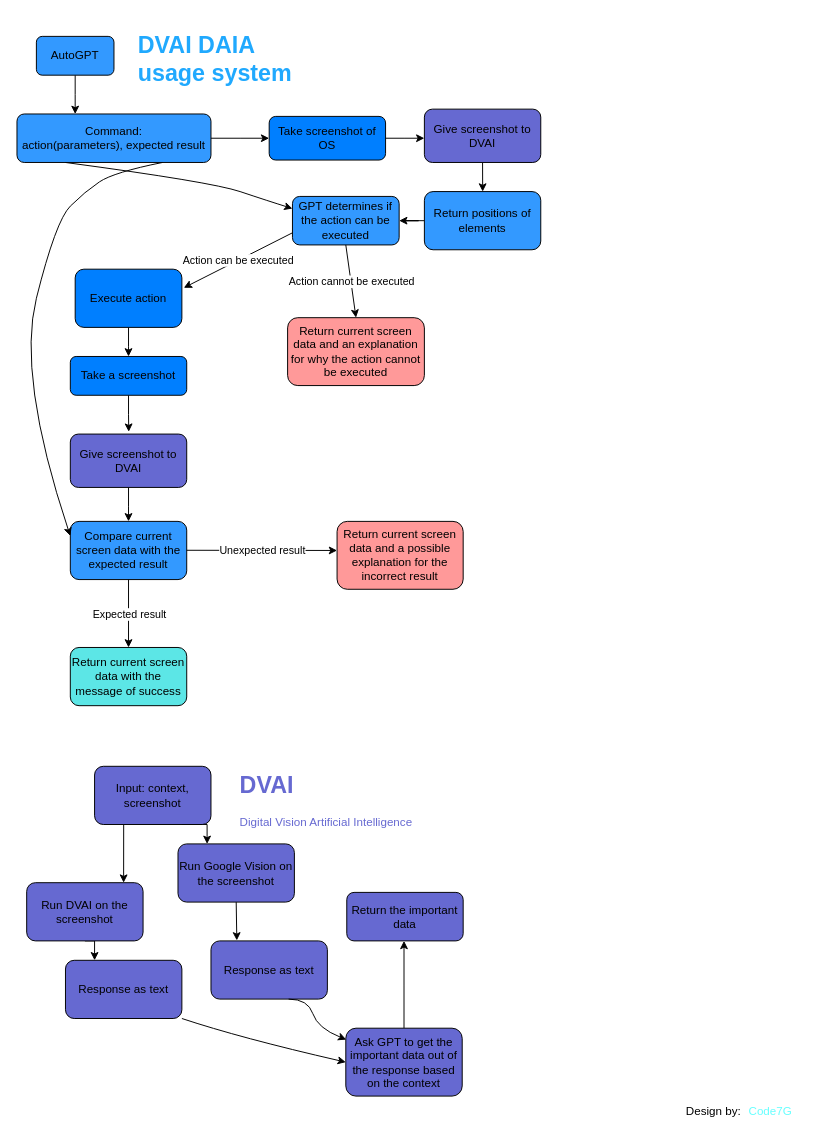
Earlier version of the draw.io diagram Design/DVAI_plugin.drawio (Envedity/DAIA). Source tidied: cells renumbered, new cells numbered last; positions are measured from the earlier drawing's top-left corner, leaving out a move shared by most shapes. Both pictures are drawn from the tidied source at 97%, with x=0, y=0 at pixel (16, 26).
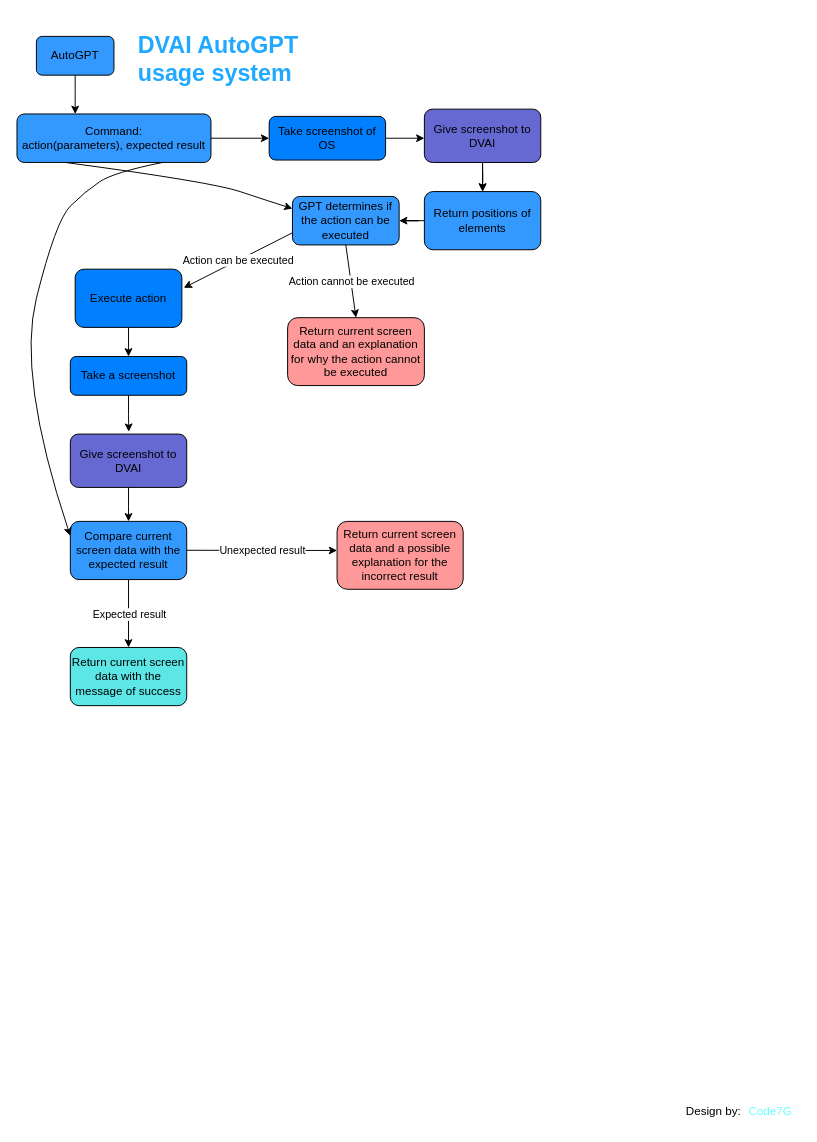
After the change.

Commit message (it also covers changes not shown here):
Added All New Updated Designs for DAIA, DAIA with new Vision API, DVAI plugin, DAIA_dev_plan

The change refers to these unchanged cells:
```xml
<mxCell id="9" value="Give screenshot to DVAI" style="rounded=1;whiteSpace=wrap;html=1;fillColor=#6669D1;" parent="1" vertex="1">
  <mxGeometry x="420" y="85" width="120" height="55" as="geometry" />
</mxCell>
<mxCell id="11" value="Return positions of elements" style="rounded=1;whiteSpace=wrap;html=1;fillColor=#3399FF;" parent="1" vertex="1">
  <mxGeometry x="420" y="170" width="120" height="60" as="geometry" />
</mxCell>
```

Diff of the diagram source:
```diff
@@
+    <mxCell id="51" style="edgeStyle=orthogonalEdgeStyle;rounded=0;jettySize=auto;html=1;" parent="1" edge="1" source="9" target="11">
+      <mxGeometry relative="1" as="geometry" />
+    </mxCell>
@@
-    <mxCell id="33" value="&lt;h1&gt;&lt;font color=&quot;#6669d1&quot;&gt;DVAI&lt;/font&gt;&lt;/h1&gt;&lt;div&gt;&lt;font color=&quot;#6669d1&quot;&gt;Digital Vision Artificial Intelligence&lt;/font&gt;&lt;/div&gt;" style="text;html=1;strokeColor=none;fillColor=none;spacing=5;spacingTop=-20;whiteSpace=wrap;overflow=hidden;rounded=0;" parent="1" vertex="1">
-      <mxGeometry x="225" y="762.5" width="190" height="120" as="geometry" />
-    </mxCell>
-    <mxCell id="34" style="edgeStyle=orthogonalEdgeStyle;rounded=0;jettySize=auto;html=1;exitX=0.5;exitY=1;exitDx=0;exitDy=0;entryX=0.222;entryY=-0.008;entryDx=0;entryDy=0;entryPerimeter=0;" parent="1" edge="1" source="35" target="42">
-      <mxGeometry relative="1" as="geometry" />
-    </mxCell>
-    <mxCell id="35" value="Run Google Vision on the screenshot" style="rounded=1;whiteSpace=wrap;html=1;fillColor=#6669D1;" parent="1" vertex="1">
-      <mxGeometry x="166" y="842.5" width="120" height="60" as="geometry" />
-    </mxCell>
-    <mxCell id="36" style="edgeStyle=orthogonalEdgeStyle;rounded=0;jettySize=auto;html=1;exitX=0.5;exitY=1;exitDx=0;exitDy=0;entryX=0.25;entryY=0;entryDx=0;entryDy=0;" parent="1" edge="1" source="37" target="41">
-      <mxGeometry relative="1" as="geometry" />
-    </mxCell>
-    <mxCell id="37" value="Run DVAI on the screenshot" style="rounded=1;whiteSpace=wrap;html=1;fillColor=#6669D1;" parent="1" vertex="1">
-      <mxGeometry x="10" y="882.5" width="120" height="60" as="geometry" />
-    </mxCell>
-    <mxCell id="38" style="edgeStyle=orthogonalEdgeStyle;rounded=0;jettySize=auto;html=1;exitX=0.75;exitY=1;exitDx=0;exitDy=0;entryX=0.25;entryY=0;entryDx=0;entryDy=0;" parent="1" edge="1" source="40" target="35">
-      <mxGeometry relative="1" as="geometry" />
-    </mxCell>
-    <mxCell id="39" style="edgeStyle=orthogonalEdgeStyle;rounded=0;jettySize=auto;html=1;exitX=0.25;exitY=1;exitDx=0;exitDy=0;entryX=0.833;entryY=0;entryDx=0;entryDy=0;entryPerimeter=0;" parent="1" edge="1" source="40" target="37">
-      <mxGeometry relative="1" as="geometry" />
-    </mxCell>
-    <mxCell id="40" value="Input: context, screenshot" style="rounded=1;whiteSpace=wrap;html=1;fillColor=#6669D1;" parent="1" vertex="1">
-      <mxGeometry x="80" y="762.5" width="120" height="60" as="geometry" />
-    </mxCell>
-    <mxCell id="41" value="Response as text" style="rounded=1;whiteSpace=wrap;html=1;fillColor=#6669D1;" parent="1" vertex="1">
-      <mxGeometry x="50" y="962.5" width="120" height="60" as="geometry" />
-    </mxCell>
-    <mxCell id="42" value="Response as text" style="rounded=1;whiteSpace=wrap;html=1;fillColor=#6669D1;" parent="1" vertex="1">
-      <mxGeometry x="200" y="942.5" width="120" height="60" as="geometry" />
-    </mxCell>
-    <mxCell id="43" style="edgeStyle=orthogonalEdgeStyle;rounded=0;jettySize=auto;html=1;exitX=0.5;exitY=0;exitDx=0;exitDy=0;" parent="1" edge="1" source="44">
-      <mxGeometry relative="1" as="geometry">
-        <mxPoint x="399" y="942.5" as="targetPoint" />
-      </mxGeometry>
-    </mxCell>
-    <mxCell id="44" value="Ask GPT to get the important data out of the response based on the context" style="rounded=1;whiteSpace=wrap;html=1;fillColor=#6669D1;" parent="1" vertex="1">
-      <mxGeometry x="339" y="1032.5" width="120" height="70" as="geometry" />
-    </mxCell>
-    <mxCell id="45" style="curved=1;endArrow=classic;html=1;rounded=0;exitX=1;exitY=1;exitDx=0;exitDy=0;entryX=0;entryY=0.5;entryDx=0;entryDy=0;" parent="1" edge="1" source="41" target="44">
-      <mxGeometry relative="1" as="geometry">
-        <Array as="points">
-          <mxPoint x="230" y="1042.5" />
-        </Array>
-      </mxGeometry>
-    </mxCell>
-    <mxCell id="46" style="curved=1;endArrow=classic;html=1;rounded=0;exitX=0.667;exitY=1;exitDx=0;exitDy=0;exitPerimeter=0;entryX=0.004;entryY=0.167;entryDx=0;entryDy=0;entryPerimeter=0;" parent="1" edge="1" source="42" target="44">
-      <mxGeometry relative="1" as="geometry">
-        <Array as="points">
-          <mxPoint x="300" y="1002.5" />
-          <mxPoint x="310" y="1032.5" />
-        </Array>
-      </mxGeometry>
-    </mxCell>
-    <mxCell id="47" value="Return the important data" style="rounded=1;whiteSpace=wrap;html=1;fillColor=#6669D1;" parent="1" vertex="1">
-      <mxGeometry x="340" y="892.5" width="120" height="50" as="geometry" />
-    </mxCell>
-    <mxCell id="48" value="&lt;h1&gt;&lt;font color=&quot;#20a9fe&quot;&gt;DVAI DAIA usage system&lt;/font&gt;&lt;/h1&gt;" style="text;html=1;strokeColor=none;fillColor=none;spacing=5;spacingTop=-20;whiteSpace=wrap;overflow=hidden;rounded=0;" parent="1" vertex="1">
+    <mxCell id="48" value="&lt;h1&gt;&lt;font color=&quot;#20a9fe&quot;&gt;DVAI AutoGPT usage system&lt;/font&gt;&lt;/h1&gt;" style="text;html=1;strokeColor=none;fillColor=none;spacing=5;spacingTop=-20;whiteSpace=wrap;overflow=hidden;rounded=0;" parent="1" vertex="1">
       <mxGeometry x="120" width="179" height="120" as="geometry" />
     </mxCell>
```
